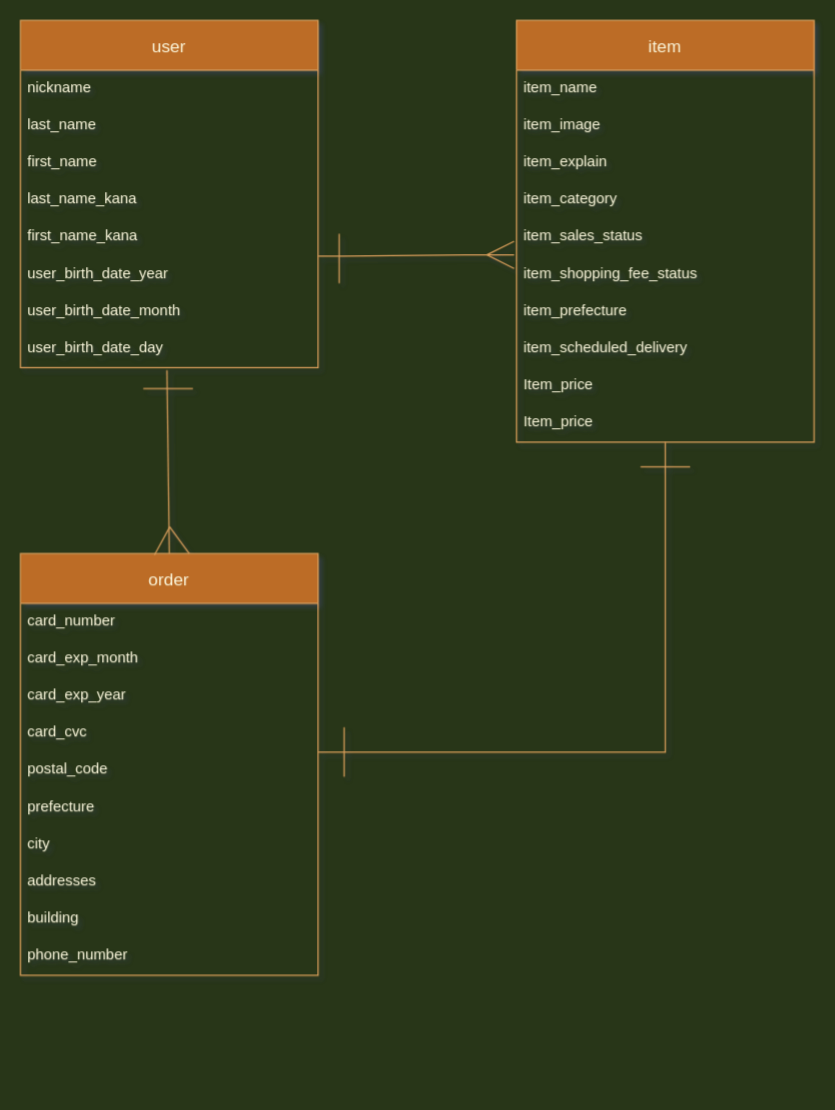
Before: app/assets/stylesheets/test.dio in yoshiogotoda/furima-21310, a draw.io diagram. Source tidied: cells renumbered, new cells numbered last; positions are measured from the earlier drawing's top-left corner, leaving out a move shared by most shapes. Both pictures are drawn from the tidied source at 124%, with x=0, y=0 at pixel (20, 20).
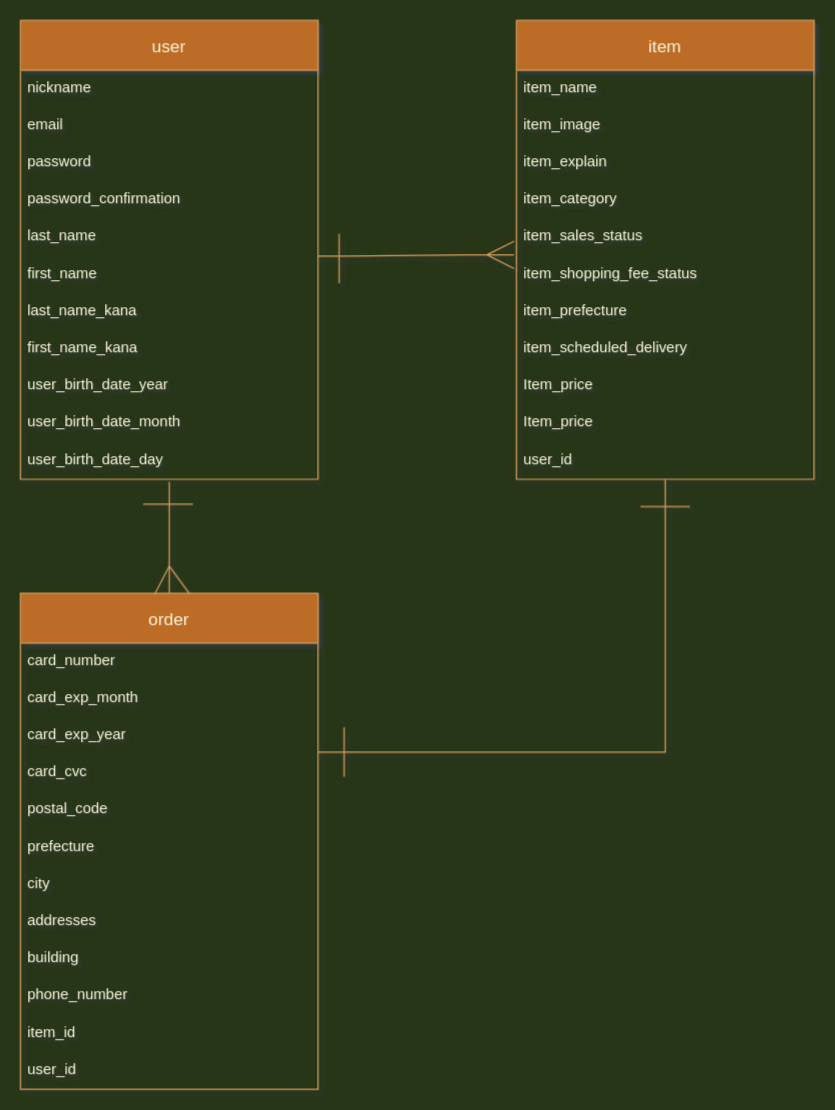
The same diagram, later.

Diff of the diagram source:
```diff
@@
     <mxCell id="2" value="user" style="swimlane;fontStyle=0;horizontal=1;startSize=40;align=center;fontSize=14;fillColor=#BC6C25;strokeColor=#DDA15E;fontColor=#FEFAE0;" parent="1" vertex="1">
-      <mxGeometry width="240" height="280" as="geometry" />
+      <mxGeometry width="240" height="370" as="geometry" />
     </mxCell>
@@
+    <mxCell id="42" value="email&#10;" style="text;strokeColor=none;fillColor=none;spacingLeft=4;spacingRight=4;overflow=hidden;fontSize=12;fontColor=#FEFAE0;" parent="2" vertex="1">
+      <mxGeometry y="70" width="240" height="30" as="geometry" />
+    </mxCell>
+    <mxCell id="43" value="password" style="text;strokeColor=none;fillColor=none;spacingLeft=4;spacingRight=4;overflow=hidden;fontSize=12;fontColor=#FEFAE0;" parent="2" vertex="1">
+      <mxGeometry y="100" width="240" height="30" as="geometry" />
+    </mxCell>
+    <mxCell id="44" value="password_confirmation" style="text;strokeColor=none;fillColor=none;spacingLeft=4;spacingRight=4;overflow=hidden;fontSize=12;fontColor=#FEFAE0;" parent="2" vertex="1">
+      <mxGeometry y="130" width="240" height="30" as="geometry" />
+    </mxCell>
     <mxCell id="4" value="last_name&#10;" style="text;strokeColor=none;fillColor=none;spacingLeft=4;spacingRight=4;overflow=hidden;fontSize=12;fontColor=#FEFAE0;" parent="2" vertex="1">
-      <mxGeometry y="70" width="240" height="30" as="geometry" />
+      <mxGeometry y="160" width="240" height="30" as="geometry" />
     </mxCell>
     <mxCell id="5" value="first_name&#10;" style="text;strokeColor=none;fillColor=none;spacingLeft=4;spacingRight=4;overflow=hidden;fontSize=12;fontColor=#FEFAE0;" parent="2" vertex="1">
-      <mxGeometry y="100" width="240" height="30" as="geometry" />
+      <mxGeometry y="190" width="240" height="30" as="geometry" />
     </mxCell>
     <mxCell id="6" value="last_name_kana" style="text;strokeColor=none;fillColor=none;spacingLeft=4;spacingRight=4;overflow=hidden;fontSize=12;fontColor=#FEFAE0;" parent="2" vertex="1">
-      <mxGeometry y="130" width="240" height="30" as="geometry" />
+      <mxGeometry y="220" width="240" height="30" as="geometry" />
     </mxCell>
     <mxCell id="7" value="first_name_kana" style="text;strokeColor=none;fillColor=none;spacingLeft=4;spacingRight=4;overflow=hidden;fontSize=12;fontColor=#FEFAE0;" parent="2" vertex="1">
-      <mxGeometry y="160" width="240" height="30" as="geometry" />
+      <mxGeometry y="250" width="240" height="30" as="geometry" />
     </mxCell>
     <mxCell id="8" value="user_birth_date_year" style="text;strokeColor=none;fillColor=none;spacingLeft=4;spacingRight=4;overflow=hidden;fontSize=12;fontColor=#FEFAE0;" parent="2" vertex="1">
-      <mxGeometry y="190" width="240" height="30" as="geometry" />
+      <mxGeometry y="280" width="240" height="30" as="geometry" />
     </mxCell>
     <mxCell id="9" value="user_birth_date_month" style="text;strokeColor=none;fillColor=none;spacingLeft=4;spacingRight=4;overflow=hidden;fontSize=12;fontColor=#FEFAE0;" parent="2" vertex="1">
-      <mxGeometry y="220" width="240" height="30" as="geometry" />
+      <mxGeometry y="310" width="240" height="30" as="geometry" />
     </mxCell>
     <mxCell id="10" value="user_birth_date_day" style="text;strokeColor=none;fillColor=none;spacingLeft=4;spacingRight=4;overflow=hidden;points=[[0,0.5],[1,0.5]];portConstraint=eastwest;fontSize=12;fontColor=#FEFAE0;" parent="2" vertex="1">
-      <mxGeometry y="250" width="240" height="30" as="geometry" />
+      <mxGeometry y="340" width="240" height="30" as="geometry" />
     </mxCell>
@@
     <mxCell id="12" value="item" style="swimlane;fontStyle=0;horizontal=1;startSize=40;align=center;fontSize=14;fillColor=#BC6C25;strokeColor=#DDA15E;fontColor=#FEFAE0;" parent="1" vertex="1">
-      <mxGeometry x="400" width="240" height="340" as="geometry" />
+      <mxGeometry x="400" width="240" height="370" as="geometry" />
     </mxCell>
@@
+    <mxCell id="45" value="user_id" style="text;strokeColor=none;fillColor=none;spacingLeft=4;spacingRight=4;overflow=hidden;fontSize=12;fontColor=#FEFAE0;" parent="12" vertex="1">
+      <mxGeometry y="340" width="240" height="30" as="geometry" />
+    </mxCell>
     <mxCell id="23" value="order" style="swimlane;fontStyle=0;horizontal=1;startSize=40;align=center;fontSize=14;fillColor=#BC6C25;strokeColor=#DDA15E;fontColor=#FEFAE0;" parent="1" vertex="1">
-      <mxGeometry y="430" width="240" height="340" as="geometry" />
+      <mxGeometry y="462" width="240" height="400" as="geometry" />
     </mxCell>
@@
+    <mxCell id="46" value="item_id" style="text;strokeColor=none;fillColor=none;spacingLeft=4;spacingRight=4;overflow=hidden;fontSize=12;fontColor=#FEFAE0;" parent="23" vertex="1">
+      <mxGeometry y="340" width="240" height="30" as="geometry" />
+    </mxCell>
+    <mxCell id="47" value="user_id&#10;" style="text;strokeColor=none;fillColor=none;spacingLeft=4;spacingRight=4;overflow=hidden;fontSize=12;fontColor=#FEFAE0;" parent="23" vertex="1">
+      <mxGeometry y="370" width="240" height="30" as="geometry" />
+    </mxCell>
-    <mxCell id="34" style="endArrow=none;html=1;rounded=0;strokeColor=#DDA15E;fillColor=#BC6C25;fontColor=#FEFAE0;exitX=0.5;exitY=1.033;exitDx=0;exitDy=0;exitPerimeter=0;" parent="1" edge="1">
+    <mxCell id="34" style="endArrow=none;html=1;rounded=0;strokeColor=#DDA15E;fillColor=#BC6C25;fontColor=#FEFAE0;" parent="1" edge="1">
       <mxGeometry relative="1" as="geometry">
-        <mxPoint x="520" y="340" as="sourcePoint" />
+        <mxPoint x="520" y="370" as="sourcePoint" />
         <mxPoint x="520" y="590" as="targetPoint" />
         <Array as="points">
           <mxPoint x="520" y="590" />
           <mxPoint x="240" y="590" />
         </Array>
       </mxGeometry>
     </mxCell>
     <mxCell id="35" style="endArrow=none;html=1;rounded=0;strokeColor=#DDA15E;fillColor=#BC6C25;fontColor=#FEFAE0;" parent="1" edge="1">
       <mxGeometry relative="1" as="geometry">
-        <mxPoint x="99" y="297" as="sourcePoint" />
-        <mxPoint x="139" y="297" as="targetPoint" />
+        <mxPoint x="99" y="390" as="sourcePoint" />
+        <mxPoint x="139" y="390" as="targetPoint" />
+        <Array as="points">
+          <mxPoint x="130" y="390" />
+        </Array>
       </mxGeometry>
     </mxCell>
@@
     <mxCell id="37" style="endArrow=none;html=1;rounded=0;strokeColor=#DDA15E;fillColor=#BC6C25;fontColor=#FEFAE0;" parent="1" edge="1">
       <mxGeometry relative="1" as="geometry">
-        <mxPoint x="500" y="360" as="sourcePoint" />
-        <mxPoint x="540" y="360" as="targetPoint" />
+        <mxPoint x="500" y="392" as="sourcePoint" />
+        <mxPoint x="540" y="392" as="targetPoint" />
       </mxGeometry>
     </mxCell>
@@
-    <mxCell id="39" style="endArrow=none;html=1;rounded=0;strokeColor=#DDA15E;fillColor=#BC6C25;fontColor=#FEFAE0;exitX=0.492;exitY=1.067;exitDx=0;exitDy=0;exitPerimeter=0;entryX=0.5;entryY=0;entryDx=0;entryDy=0;" parent="1" edge="1" source="10" target="23">
-      <mxGeometry relative="1" as="geometry" />
+    <mxCell id="39" style="endArrow=none;html=1;rounded=0;strokeColor=#DDA15E;fillColor=#BC6C25;fontColor=#FEFAE0;entryX=0.5;entryY=0;entryDx=0;entryDy=0;" parent="1" edge="1" target="23">
+      <mxGeometry relative="1" as="geometry">
+        <mxPoint x="120" y="372" as="sourcePoint" />
+      </mxGeometry>
     </mxCell>
     <mxCell id="40" style="endArrow=none;html=1;rounded=0;strokeColor=#DDA15E;fillColor=#BC6C25;fontColor=#FEFAE0;exitX=0.567;exitY=0;exitDx=0;exitDy=0;exitPerimeter=0;" parent="1" edge="1" source="23">
       <mxGeometry relative="1" as="geometry">
-        <mxPoint x="120" y="408" as="targetPoint" />
+        <mxPoint x="120" y="440" as="targetPoint" />
       </mxGeometry>
     </mxCell>
     <mxCell id="41" style="endArrow=none;html=1;rounded=0;strokeColor=#DDA15E;fillColor=#BC6C25;fontColor=#FEFAE0;exitX=0.45;exitY=0.003;exitDx=0;exitDy=0;exitPerimeter=0;" parent="1" edge="1" source="23">
       <mxGeometry relative="1" as="geometry">
-        <mxPoint x="120" y="409" as="targetPoint" />
+        <mxPoint x="120" y="440" as="targetPoint" />
       </mxGeometry>
     </mxCell>
```
